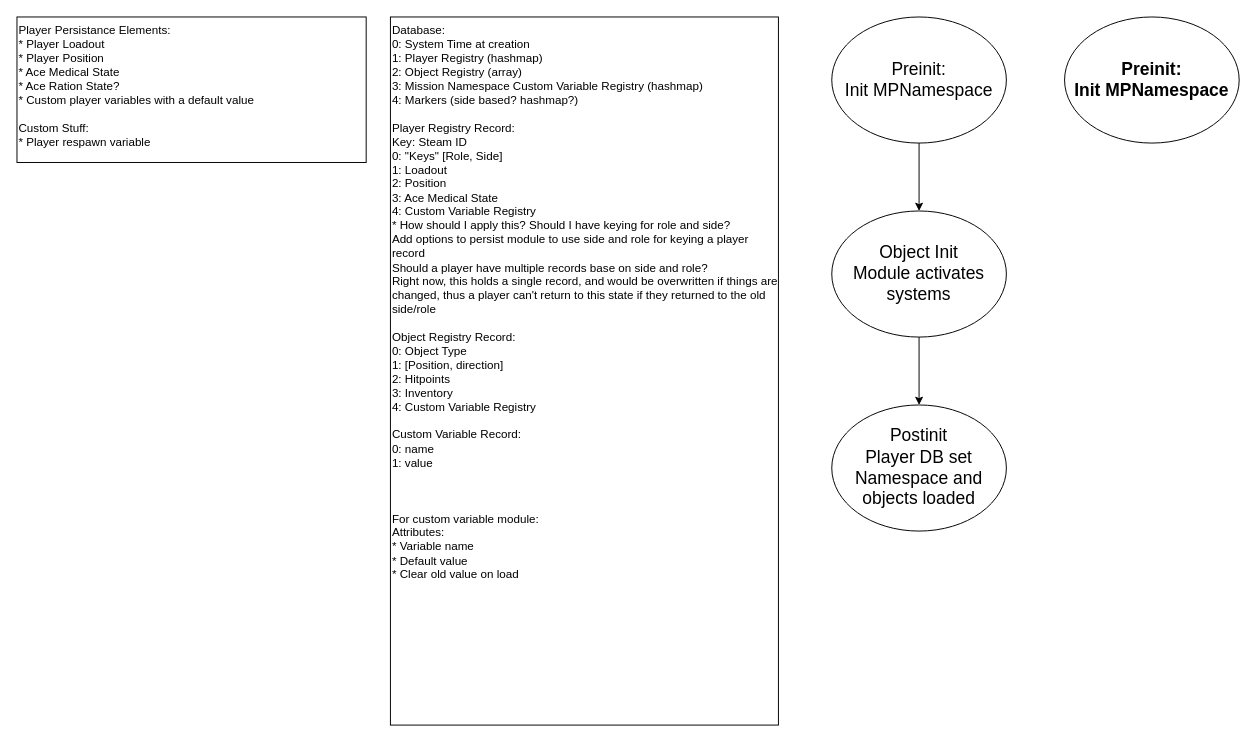
This is persist.drawio from BAXENdev/bax_persist, a draw.io file, before an edit. Source tidied: cells renumbered, new cells numbered last; positions are measured from the earlier drawing's top-left corner, leaving out a move shared by most shapes. Both pictures are drawn from the tidied source at 97%, with x=0, y=0 at pixel (16, 16).
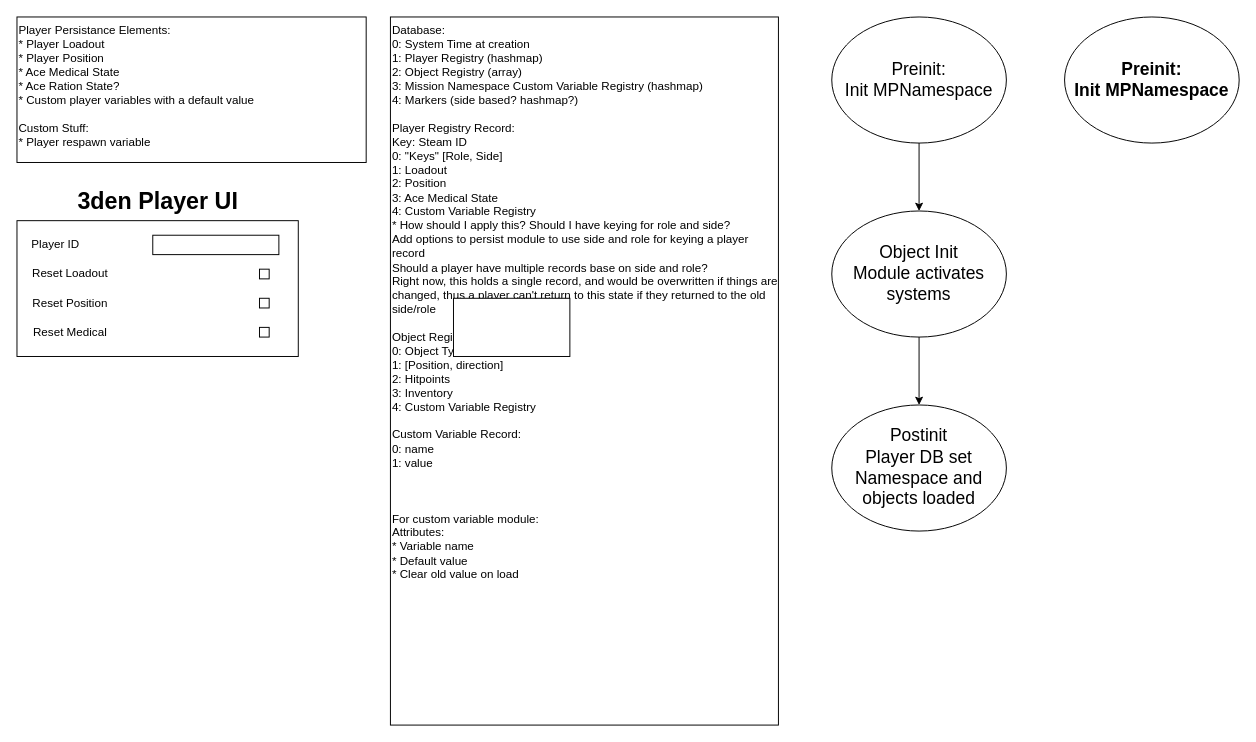
The same page after the edit.

The edit, as a diff of the source:
```diff
@@
+    <mxCell id="10" style="rounded=0;whiteSpace=wrap;html=1;" parent="1" vertex="1">
+      <mxGeometry x="450" y="290" width="120" height="60" as="geometry" />
+    </mxCell>
+    <mxCell id="11" style="rounded=0;whiteSpace=wrap;html=1;" parent="1" vertex="1">
+      <mxGeometry y="210" width="290" height="140" as="geometry" />
+    </mxCell>
+    <mxCell id="12" value="3den Player UI" style="text;strokeColor=none;fillColor=none;html=1;fontSize=24;fontStyle=1;verticalAlign=middle;align=center;" parent="1" vertex="1">
+      <mxGeometry x="95" y="170" width="100" height="40" as="geometry" />
+    </mxCell>
+    <mxCell id="13" value="Player ID" style="text;html=1;strokeColor=none;fillColor=none;align=center;verticalAlign=middle;whiteSpace=wrap;rounded=0;" parent="1" vertex="1">
+      <mxGeometry x="10" y="220" width="60" height="30" as="geometry" />
+    </mxCell>
+    <mxCell id="14" style="rounded=0;whiteSpace=wrap;html=1;" parent="1" vertex="1">
+      <mxGeometry x="140" y="225" width="130" height="20" as="geometry" />
+    </mxCell>
+    <mxCell id="15" value="Reset Loadout" style="text;html=1;strokeColor=none;fillColor=none;align=center;verticalAlign=middle;whiteSpace=wrap;rounded=0;" parent="1" vertex="1">
+      <mxGeometry x="10" y="250" width="90" height="30" as="geometry" />
+    </mxCell>
+    <mxCell id="16" style="rounded=0;whiteSpace=wrap;html=1;" parent="1" vertex="1">
+      <mxGeometry x="250" y="260" width="10" height="10" as="geometry" />
+    </mxCell>
+    <mxCell id="17" value="Reset Position" style="text;html=1;strokeColor=none;fillColor=none;align=center;verticalAlign=middle;whiteSpace=wrap;rounded=0;" parent="1" vertex="1">
+      <mxGeometry x="10" y="280" width="90" height="30" as="geometry" />
+    </mxCell>
+    <mxCell id="18" style="rounded=0;whiteSpace=wrap;html=1;" parent="1" vertex="1">
+      <mxGeometry x="250" y="290" width="10" height="10" as="geometry" />
+    </mxCell>
+    <mxCell id="19" value="Reset Medical" style="text;html=1;strokeColor=none;fillColor=none;align=center;verticalAlign=middle;whiteSpace=wrap;rounded=0;" parent="1" vertex="1">
+      <mxGeometry x="10" y="310" width="90" height="30" as="geometry" />
+    </mxCell>
+    <mxCell id="20" style="rounded=0;whiteSpace=wrap;html=1;" parent="1" vertex="1">
+      <mxGeometry x="250" y="320" width="10" height="10" as="geometry" />
+    </mxCell>
```
